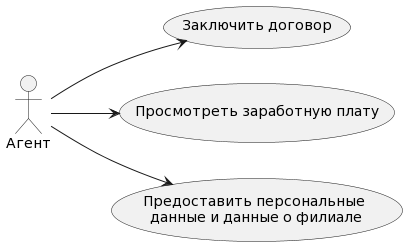
Before: Resource/Диаграммы вариантов использования/Агент (Основные возможности).png, a diagram exported from PlantUML (MiFit1/OSOGO).
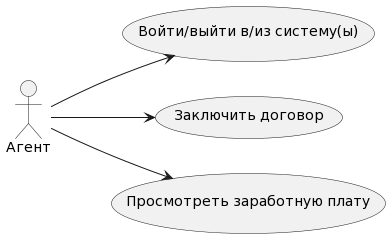
After the commit.

Diff of the diagram source:
```diff
@@ -3,9 +3,9 @@
 
 actor "Агент" as fc
 
-usecase "Заключить договор" as UC1
-usecase "Просмотреть заработную плату" as UC2
-usecase "Предоставить персональные\n данные и данные о филиале" as UC3
+usecase "Войти/выйти в/из систему(ы)" as UC1
+usecase "Заключить договор" as UC2
+usecase "Просмотреть заработную плату" as UC3
 
 fc --> UC1
 fc --> UC2
```
